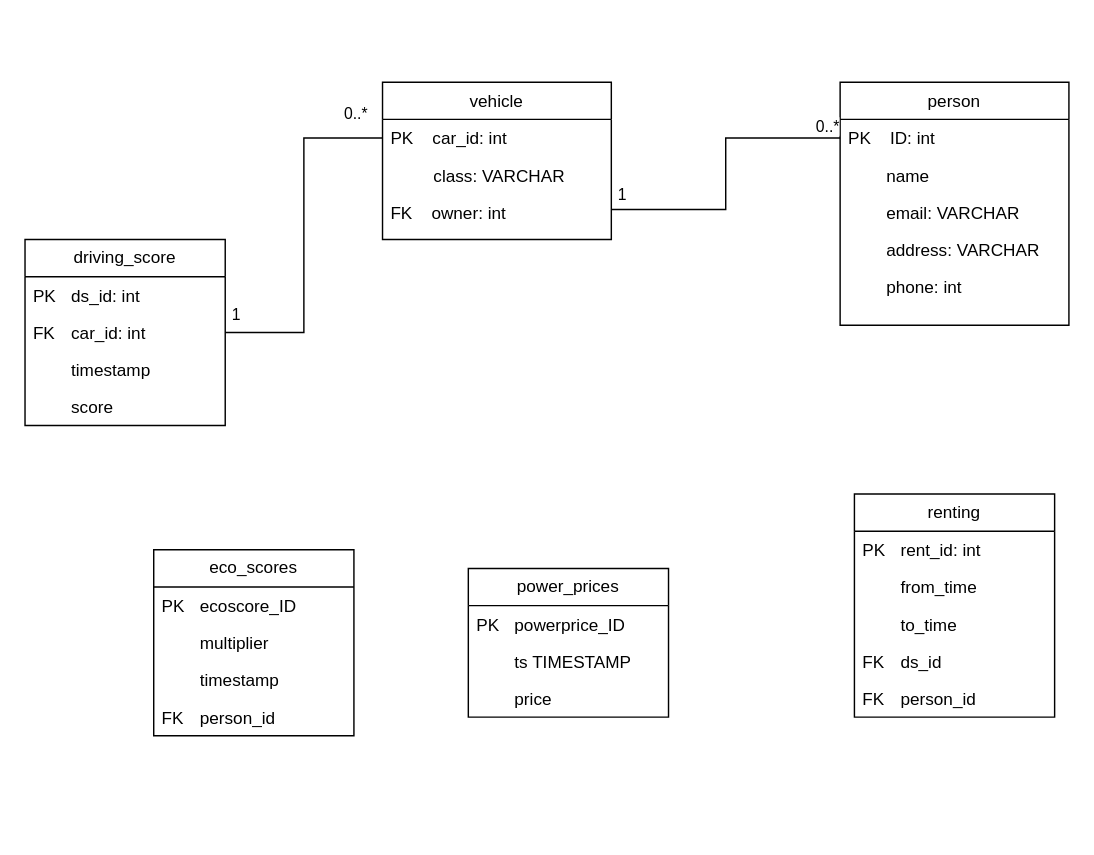
Before: Code/Server/uml/prosjektdb.drawio in ElektroMannen/Ingenior-prosjekt-1, a draw.io diagram. Source tidied: cells renumbered, new cells numbered last; positions are measured from the earlier drawing's top-left corner, leaving out a move shared by most shapes. Both pictures are drawn from the tidied source at 143%, with x=0, y=0 at pixel (24, 82).
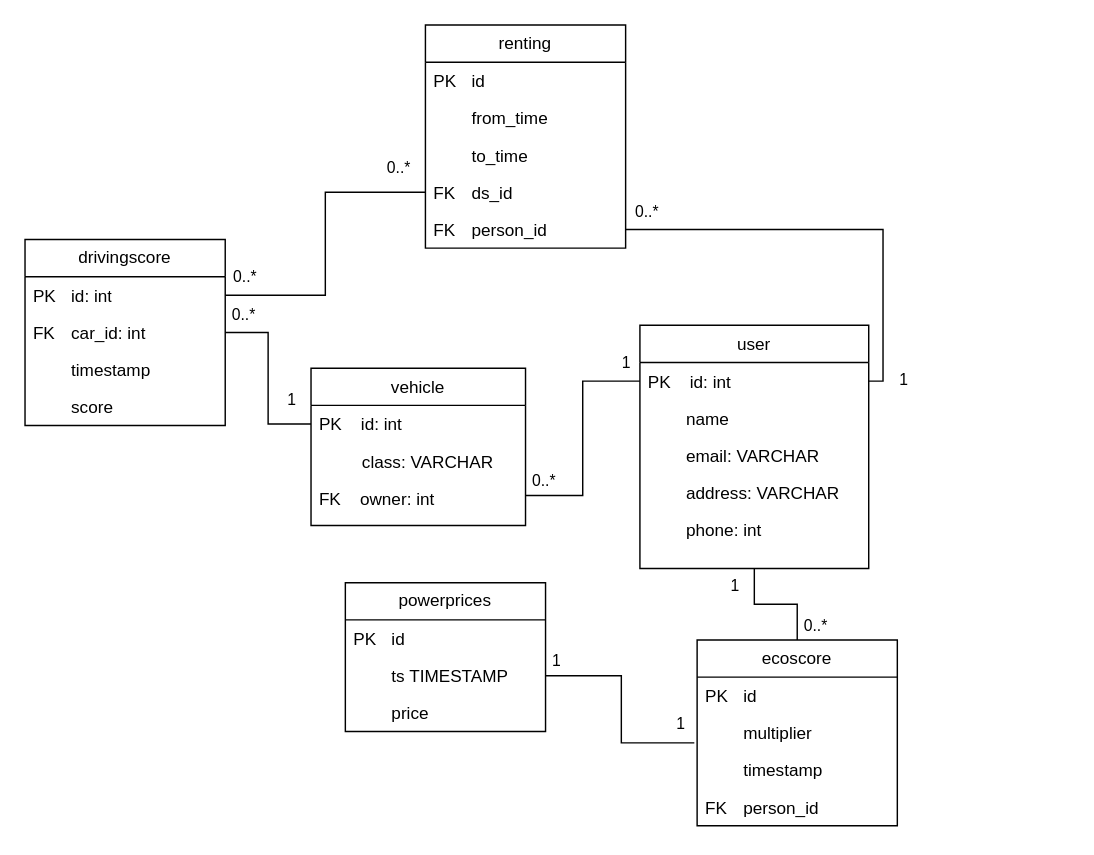
The same page after the edit.

Unchanged cells that the change refers to:
```xml
<mxCell id="17" style="endArrow=none;html=1;edgeStyle=orthogonalEdgeStyle;rounded=0;exitX=1;exitY=0.5;exitDx=0;exitDy=0;entryX=0;entryY=0.5;entryDx=0;entryDy=0;curved=0;startArrow=none;startFill=0;endFill=0;" parent="1" edge="1" source="14" target="3">
  <mxGeometry relative="1" as="geometry" />
</mxCell>
<mxCell id="24" value="FK&lt;span style=&quot;white-space: pre;&quot;&gt;&#9;&lt;/span&gt;ds_id" style="text;strokeColor=none;fillColor=none;align=left;verticalAlign=top;spacingLeft=4;spacingRight=4;overflow=hidden;points=[[0,0.5],[1,0.5]];portConstraint=eastwest;whiteSpace=wrap;html=1;" parent="20" vertex="1">
  <mxGeometry y="104" width="140" height="26" as="geometry" />
</mxCell>
<mxCell id="25" value="FK&lt;span style=&quot;white-space: pre;&quot;&gt;&#9;&lt;/span&gt;person_id" style="text;strokeColor=none;fillColor=none;align=left;verticalAlign=top;spacingLeft=4;spacingRight=4;overflow=hidden;points=[[0,0.5],[1,0.5]];portConstraint=eastwest;whiteSpace=wrap;html=1;" parent="20" vertex="1">
  <mxGeometry y="130" width="140" height="26" as="geometry" />
</mxCell>
<mxCell id="28" value="&lt;span style=&quot;white-space: pre;&quot;&gt;&#9;&lt;/span&gt;ts TIMESTAMP" style="text;strokeColor=none;fillColor=none;align=left;verticalAlign=top;spacingLeft=4;spacingRight=4;overflow=hidden;points=[[0,0.5],[1,0.5]];portConstraint=eastwest;whiteSpace=wrap;html=1;" parent="26" vertex="1">
  <mxGeometry y="52" width="140" height="26" as="geometry" />
</mxCell>
<mxCell id="32" value="&lt;span style=&quot;white-space: pre;&quot;&gt;&#9;&lt;/span&gt;multiplier" style="text;strokeColor=none;fillColor=none;align=left;verticalAlign=top;spacingLeft=4;spacingRight=4;overflow=hidden;points=[[0,0.5],[1,0.5]];portConstraint=eastwest;whiteSpace=wrap;html=1;" parent="30" vertex="1">
  <mxGeometry y="52" width="140" height="26" as="geometry" />
</mxCell>
<mxCell id="35" style="endArrow=none;html=1;edgeStyle=orthogonalEdgeStyle;rounded=0;exitX=1;exitY=0.5;exitDx=0;exitDy=0;" parent="1" edge="1" source="5" target="7">
  <mxGeometry relative="1" as="geometry" />
</mxCell>
```

The edit, as a diff of the source:
```diff
@@
     <mxCell id="2" value="vehicle" style="swimlane;fontStyle=0;align=center;verticalAlign=top;horizontal=1;startSize=26;rounded=0;shadow=0;strokeWidth=1;" parent="1" vertex="1">
-      <mxGeometry x="250" width="160" height="110" as="geometry" />
+      <mxGeometry x="200" y="200" width="150" height="110" as="geometry" />
     </mxCell>
-    <mxCell id="3" value="PK    car_id: int" style="text;align=left;verticalAlign=top;spacingLeft=4;spacingRight=4;overflow=hidden;points=[[0,0.5],[1,0.5]];portConstraint=eastwest;" parent="2" vertex="1">
-      <mxGeometry y="26" width="160" height="26" as="geometry" />
+    <mxCell id="3" value="PK    id: int" style="text;align=left;verticalAlign=top;spacingLeft=4;spacingRight=4;overflow=hidden;points=[[0,0.5],[1,0.5]];portConstraint=eastwest;" parent="2" vertex="1">
+      <mxGeometry y="26" width="150" height="26" as="geometry" />
     </mxCell>
     <mxCell id="4" value="         class: VARCHAR" style="text;align=left;verticalAlign=top;spacingLeft=4;spacingRight=4;overflow=hidden;rounded=0;shadow=0;html=0;" parent="2" vertex="1">
-      <mxGeometry y="52" width="160" height="26" as="geometry" />
+      <mxGeometry y="52" width="150" height="26" as="geometry" />
     </mxCell>
     <mxCell id="5" value="FK    owner: int" style="text;align=left;verticalAlign=top;spacingLeft=4;spacingRight=4;overflow=hidden;points=[[0,0.5],[1,0.5]];portConstraint=eastwest;rounded=0;shadow=0;html=0;" parent="2" vertex="1">
-      <mxGeometry y="78" width="160" height="22" as="geometry" />
+      <mxGeometry y="78" width="150" height="22" as="geometry" />
     </mxCell>
-    <mxCell id="6" value="person" style="swimlane;fontStyle=0;align=center;verticalAlign=top;horizontal=1;startSize=26;rounded=0;shadow=0;strokeWidth=1;" parent="1" vertex="1">
-      <mxGeometry x="570" width="160" height="170" as="geometry" />
+    <mxCell id="6" value="user" style="swimlane;fontStyle=0;align=center;verticalAlign=top;horizontal=1;startSize=26;rounded=0;shadow=0;strokeWidth=1;" parent="1" vertex="1">
+      <mxGeometry x="430" y="170" width="160" height="170" as="geometry" />
     </mxCell>
-    <mxCell id="7" value="PK    ID: int" style="text;align=left;verticalAlign=top;spacingLeft=4;spacingRight=4;overflow=hidden;points=[[0,0.5],[1,0.5]];portConstraint=eastwest;" parent="6" vertex="1">
+    <mxCell id="7" value="PK    id: int" style="text;align=left;verticalAlign=top;spacingLeft=4;spacingRight=4;overflow=hidden;points=[[0,0.5],[1,0.5]];portConstraint=eastwest;" parent="6" vertex="1">
       <mxGeometry y="26" width="160" height="26" as="geometry" />
     </mxCell>
@@
-    <mxCell id="12" value="driving_score" style="swimlane;fontStyle=0;horizontal=1;startSize=26;fillColor=none;whiteSpace=wrap;html=1;" parent="1" vertex="1">
+    <mxCell id="12" value="drivingscore" style="swimlane;fontStyle=0;horizontal=1;startSize=26;fillColor=none;whiteSpace=wrap;html=1;" parent="1" vertex="1">
       <mxGeometry y="110" width="140" height="130" as="geometry" />
     </mxCell>
-    <mxCell id="13" value="PK&lt;span style=&quot;white-space: pre;&quot;&gt;&#9;&lt;/span&gt;ds_id: int" style="text;strokeColor=none;fillColor=none;align=left;verticalAlign=top;spacingLeft=4;spacingRight=4;overflow=hidden;points=[[0,0.5],[1,0.5]];portConstraint=eastwest;whiteSpace=wrap;html=1;" parent="12" vertex="1">
+    <mxCell id="13" value="PK&lt;span style=&quot;white-space: pre;&quot;&gt;&#9;&lt;/span&gt;id: int" style="text;strokeColor=none;fillColor=none;align=left;verticalAlign=top;spacingLeft=4;spacingRight=4;overflow=hidden;points=[[0,0.5],[1,0.5]];portConstraint=eastwest;whiteSpace=wrap;html=1;" parent="12" vertex="1">
       <mxGeometry y="26" width="140" height="26" as="geometry" />
     </mxCell>
@@
-    <mxCell id="18" value="1" style="edgeLabel;html=1;align=left;verticalAlign=bottom;" parent="17" vertex="1">
+    <mxCell id="18" value="0..*" style="edgeLabel;html=1;align=left;verticalAlign=bottom;" parent="17" vertex="1">
       <mxGeometry x="-1" relative="1" as="geometry">
         <mxPoint x="3" y="-4" as="offset" />
       </mxGeometry>
     </mxCell>
-    <mxCell id="19" value="0..*" style="edgeLabel;html=1;align=right;verticalAlign=bottom;" parent="17" vertex="1">
+    <mxCell id="19" value="1" style="edgeLabel;html=1;align=right;verticalAlign=bottom;" parent="17" vertex="1">
       <mxGeometry x="1" relative="1" as="geometry">
         <mxPoint x="-10" y="-9" as="offset" />
       </mxGeometry>
     </mxCell>
     <mxCell id="20" value="renting" style="swimlane;fontStyle=0;horizontal=1;startSize=26;fillColor=none;whiteSpace=wrap;html=1;" parent="1" vertex="1">
-      <mxGeometry x="580" y="288" width="140" height="156" as="geometry" />
+      <mxGeometry x="280" y="-40" width="140" height="156" as="geometry" />
     </mxCell>
-    <mxCell id="21" value="PK&lt;span style=&quot;white-space: pre;&quot;&gt;&#9;&lt;/span&gt;rent_id: int" style="text;strokeColor=none;fillColor=none;align=left;verticalAlign=top;spacingLeft=4;spacingRight=4;overflow=hidden;whiteSpace=wrap;html=1;" parent="20" vertex="1">
+    <mxCell id="21" value="PK&lt;span style=&quot;white-space: pre;&quot;&gt;&#9;&lt;/span&gt;id" style="text;strokeColor=none;fillColor=none;align=left;verticalAlign=top;spacingLeft=4;spacingRight=4;overflow=hidden;whiteSpace=wrap;html=1;" parent="20" vertex="1">
       <mxGeometry y="26" width="140" height="26" as="geometry" />
     </mxCell>
@@
-    <mxCell id="26" value="power_prices" style="swimlane;fontStyle=0;horizontal=1;startSize=26;fillColor=none;whiteSpace=wrap;html=1;" parent="1" vertex="1">
-      <mxGeometry x="310" y="340" width="140" height="104" as="geometry" />
+    <mxCell id="26" value="powerprices" style="swimlane;fontStyle=0;horizontal=1;startSize=26;fillColor=none;whiteSpace=wrap;html=1;" parent="1" vertex="1">
+      <mxGeometry x="224" y="350" width="140" height="104" as="geometry" />
     </mxCell>
-    <mxCell id="27" value="PK&amp;nbsp;&lt;span style=&quot;white-space: pre;&quot;&gt;&#9;&lt;/span&gt;powerprice_ID" style="text;strokeColor=none;fillColor=none;align=left;verticalAlign=top;spacingLeft=4;spacingRight=4;overflow=hidden;whiteSpace=wrap;html=1;" parent="26" vertex="1">
+    <mxCell id="27" value="PK&amp;nbsp;&lt;span style=&quot;white-space: pre;&quot;&gt;&#9;&lt;/span&gt;id" style="text;strokeColor=none;fillColor=none;align=left;verticalAlign=top;spacingLeft=4;spacingRight=4;overflow=hidden;whiteSpace=wrap;html=1;" parent="26" vertex="1">
       <mxGeometry y="26" width="140" height="26" as="geometry" />
     </mxCell>
@@
-    <mxCell id="30" value="eco_scores" style="swimlane;fontStyle=0;horizontal=1;startSize=26;fillColor=none;whiteSpace=wrap;html=1;" parent="1" vertex="1">
-      <mxGeometry x="90" y="327" width="140" height="130" as="geometry" />
+    <mxCell id="30" value="ecoscore" style="swimlane;fontStyle=0;horizontal=1;startSize=26;fillColor=none;whiteSpace=wrap;html=1;" parent="1" vertex="1">
+      <mxGeometry x="470" y="390" width="140" height="130" as="geometry" />
     </mxCell>
-    <mxCell id="31" value="PK&lt;span style=&quot;white-space: pre;&quot;&gt;&#9;&lt;/span&gt;ecoscore_ID" style="text;strokeColor=none;fillColor=none;align=left;verticalAlign=top;spacingLeft=4;spacingRight=4;overflow=hidden;whiteSpace=wrap;html=1;" parent="30" vertex="1">
+    <mxCell id="31" value="PK&lt;span style=&quot;white-space: pre;&quot;&gt;&#9;&lt;/span&gt;id" style="text;strokeColor=none;fillColor=none;align=left;verticalAlign=top;spacingLeft=4;spacingRight=4;overflow=hidden;whiteSpace=wrap;html=1;" parent="30" vertex="1">
       <mxGeometry y="26" width="140" height="26" as="geometry" />
     </mxCell>
@@
-    <mxCell id="36" value="1" style="edgeLabel;html=1;align=left;verticalAlign=bottom;" parent="35" vertex="1">
+    <mxCell id="36" value="0..*" style="edgeLabel;html=1;align=left;verticalAlign=bottom;" parent="35" vertex="1">
       <mxGeometry x="-1" relative="1" as="geometry">
         <mxPoint x="3" y="-2" as="offset" />
       </mxGeometry>
     </mxCell>
-    <mxCell id="37" value="0..*" style="edgeLabel;html=1;align=right;verticalAlign=bottom;" parent="35" vertex="1">
-      <mxGeometry x="1" relative="1" as="geometry" />
+    <mxCell id="37" value="1" style="edgeLabel;html=1;align=right;verticalAlign=bottom;" parent="35" vertex="1">
+      <mxGeometry x="1" relative="1" as="geometry">
+        <mxPoint x="-6" y="-5" as="offset" />
+      </mxGeometry>
     </mxCell>
+    <mxCell id="38" style="endArrow=none;html=1;edgeStyle=orthogonalEdgeStyle;rounded=0;exitX=1;exitY=0.5;exitDx=0;exitDy=0;entryX=0;entryY=0.5;entryDx=0;entryDy=0;curved=0;startArrow=none;startFill=0;endFill=0;" parent="1" edge="1" source="13" target="24">
+      <mxGeometry relative="1" as="geometry" />
+    </mxCell>
+    <mxCell id="39" value="0..*" style="edgeLabel;html=1;align=left;verticalAlign=bottom;" parent="38" vertex="1">
+      <mxGeometry x="-1" relative="1" as="geometry">
+        <mxPoint x="4" y="-5" as="offset" />
+      </mxGeometry>
+    </mxCell>
+    <mxCell id="40" value="0..*" style="edgeLabel;html=1;align=right;verticalAlign=bottom;" parent="38" vertex="1">
+      <mxGeometry x="1" relative="1" as="geometry">
+        <mxPoint x="-10" y="-9" as="offset" />
+      </mxGeometry>
+    </mxCell>
+    <mxCell id="41" style="endArrow=none;html=1;edgeStyle=orthogonalEdgeStyle;rounded=0;exitX=1;exitY=0.5;exitDx=0;exitDy=0;entryX=1;entryY=0.5;entryDx=0;entryDy=0;" parent="1" edge="1" source="25" target="7">
+      <mxGeometry relative="1" as="geometry" />
+    </mxCell>
+    <mxCell id="42" value="0..*" style="edgeLabel;html=1;align=left;verticalAlign=bottom;" parent="41" vertex="1">
+      <mxGeometry x="-1" relative="1" as="geometry">
+        <mxPoint x="5" y="-4" as="offset" />
+      </mxGeometry>
+    </mxCell>
+    <mxCell id="43" value="1" style="edgeLabel;html=1;align=right;verticalAlign=bottom;" parent="41" vertex="1">
+      <mxGeometry x="1" relative="1" as="geometry">
+        <mxPoint x="28" y="7" as="offset" />
+      </mxGeometry>
+    </mxCell>
+    <mxCell id="44" style="endArrow=none;html=1;edgeStyle=orthogonalEdgeStyle;rounded=0;exitX=0.5;exitY=0;exitDx=0;exitDy=0;entryX=0.5;entryY=1;entryDx=0;entryDy=0;" parent="1" edge="1" source="30" target="6">
+      <mxGeometry relative="1" as="geometry" />
+    </mxCell>
+    <mxCell id="45" value="0..*" style="edgeLabel;html=1;align=left;verticalAlign=bottom;" parent="44" vertex="1">
+      <mxGeometry x="-1" relative="1" as="geometry">
+        <mxPoint x="3" y="-2" as="offset" />
+      </mxGeometry>
+    </mxCell>
+    <mxCell id="46" value="1" style="edgeLabel;html=1;align=right;verticalAlign=bottom;" parent="44" vertex="1">
+      <mxGeometry x="1" relative="1" as="geometry">
+        <mxPoint x="-10" y="20" as="offset" />
+      </mxGeometry>
+    </mxCell>
+    <mxCell id="47" style="endArrow=none;html=1;edgeStyle=orthogonalEdgeStyle;rounded=0;exitX=1;exitY=0.5;exitDx=0;exitDy=0;entryX=-0.014;entryY=0.769;entryDx=0;entryDy=0;entryPerimeter=0;" parent="1" edge="1" source="28" target="32">
+      <mxGeometry relative="1" as="geometry" />
+    </mxCell>
+    <mxCell id="48" value="1" style="edgeLabel;html=1;align=left;verticalAlign=bottom;" parent="47" vertex="1">
+      <mxGeometry x="-1" relative="1" as="geometry">
+        <mxPoint x="3" y="-2" as="offset" />
+      </mxGeometry>
+    </mxCell>
+    <mxCell id="49" value="1" style="edgeLabel;html=1;align=right;verticalAlign=bottom;" parent="47" vertex="1">
+      <mxGeometry x="1" relative="1" as="geometry">
+        <mxPoint x="-6" y="-5" as="offset" />
+      </mxGeometry>
+    </mxCell>
```
